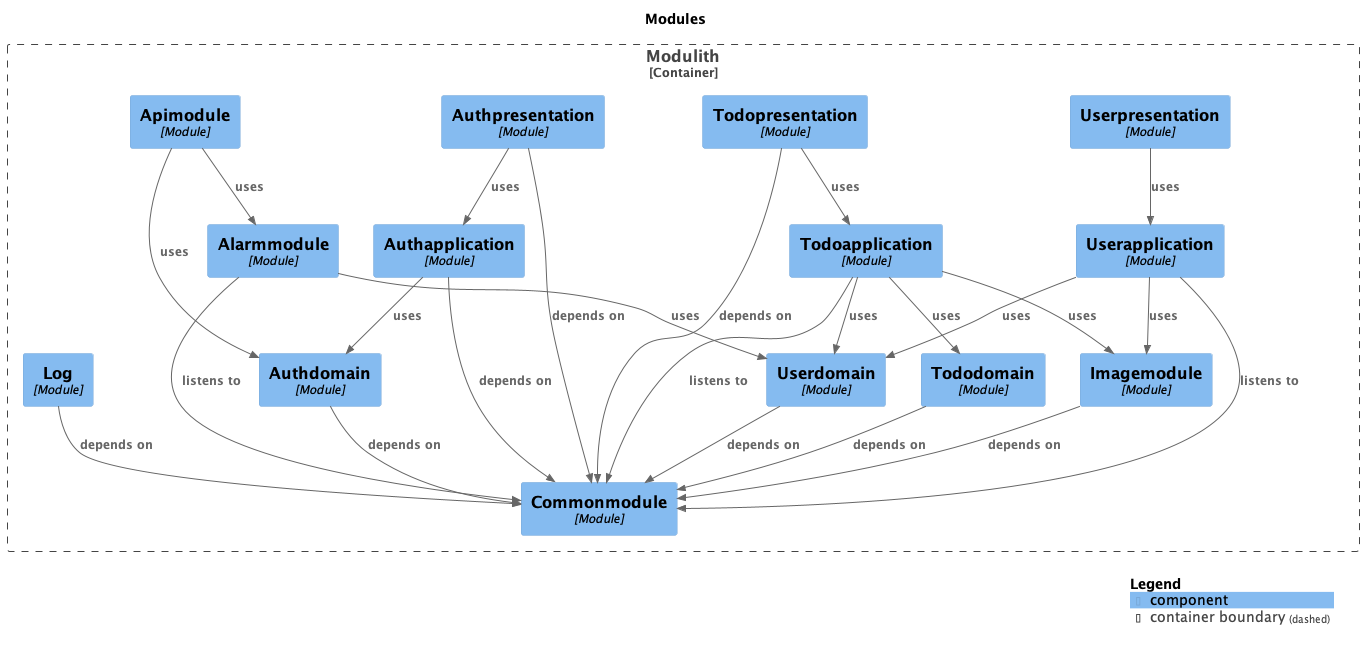
TEAM-SAMSION/Backend keeps this PlantUML diagram as .github/docs/components-Modules.png. Above is the earlier version. Its diagram source:
```plantuml
@startuml
title Modules

top to bottom direction

!include https://raw.githubusercontent.com/plantuml-stdlib/C4-PlantUML/master/C4.puml
!include https://raw.githubusercontent.com/plantuml-stdlib/C4-PlantUML/master/C4_Context.puml
!include https://raw.githubusercontent.com/plantuml-stdlib/C4-PlantUML/master/C4_Component.puml

Container_Boundary("Modulith.Modulith_boundary", "Modulith", $tags="") {
  Component(Modulith.Modulith.Authapplication, "Authapplication", "Module", "", $tags="")
  Component(Modulith.Modulith.Alarmmodule, "Alarmmodule", "Module", "", $tags="")
  Component(Modulith.Modulith.Userpresentation, "Userpresentation", "Module", "", $tags="")
  Component(Modulith.Modulith.Todopresentation, "Todopresentation", "Module", "", $tags="")
  Component(Modulith.Modulith.Authpresentation, "Authpresentation", "Module", "", $tags="")
  Component(Modulith.Modulith.Apimodule, "Apimodule", "Module", "", $tags="")
  Component(Modulith.Modulith.Log, "Log", "Module", "", $tags="")
  Component(Modulith.Modulith.Commonmodule, "Commonmodule", "Module", "", $tags="")
  Component(Modulith.Modulith.Imagemodule, "Imagemodule", "Module", "", $tags="")
  Component(Modulith.Modulith.Userdomain, "Userdomain", "Module", "", $tags="")
  Component(Modulith.Modulith.Tododomain, "Tododomain", "Module", "", $tags="")
  Component(Modulith.Modulith.Authdomain, "Authdomain", "Module", "", $tags="")
  Component(Modulith.Modulith.Userapplication, "Userapplication", "Module", "", $tags="")
  Component(Modulith.Modulith.Todoapplication, "Todoapplication", "Module", "", $tags="")
}

Rel_D(Modulith.Modulith.Imagemodule, Modulith.Modulith.Commonmodule, "depends on", $tags="")
Rel_D(Modulith.Modulith.Log, Modulith.Modulith.Commonmodule, "depends on", $tags="")
Rel_D(Modulith.Modulith.Apimodule, Modulith.Modulith.Authdomain, "uses", $tags="")
Rel_D(Modulith.Modulith.Apimodule, Modulith.Modulith.Alarmmodule, "uses", $tags="")
Rel_D(Modulith.Modulith.Todoapplication, Modulith.Modulith.Commonmodule, "listens to", $tags="")
Rel_D(Modulith.Modulith.Todoapplication, Modulith.Modulith.Tododomain, "uses", $tags="")
Rel_D(Modulith.Modulith.Todoapplication, Modulith.Modulith.Userdomain, "uses", $tags="")
Rel_D(Modulith.Modulith.Todoapplication, Modulith.Modulith.Imagemodule, "uses", $tags="")
Rel_D(Modulith.Modulith.Tododomain, Modulith.Modulith.Commonmodule, "depends on", $tags="")
Rel_D(Modulith.Modulith.Todopresentation, Modulith.Modulith.Commonmodule, "depends on", $tags="")
Rel_D(Modulith.Modulith.Todopresentation, Modulith.Modulith.Todoapplication, "uses", $tags="")
Rel_D(Modulith.Modulith.Authapplication, Modulith.Modulith.Commonmodule, "depends on", $tags="")
Rel_D(Modulith.Modulith.Authapplication, Modulith.Modulith.Authdomain, "uses", $tags="")
Rel_D(Modulith.Modulith.Userpresentation, Modulith.Modulith.Userapplication, "uses", $tags="")
Rel_D(Modulith.Modulith.Authdomain, Modulith.Modulith.Commonmodule, "depends on", $tags="")
Rel_D(Modulith.Modulith.Userapplication, Modulith.Modulith.Commonmodule, "listens to", $tags="")
Rel_D(Modulith.Modulith.Userapplication, Modulith.Modulith.Userdomain, "uses", $tags="")
Rel_D(Modulith.Modulith.Userapplication, Modulith.Modulith.Imagemodule, "uses", $tags="")
Rel_D(Modulith.Modulith.Authpresentation, Modulith.Modulith.Commonmodule, "depends on", $tags="")
Rel_D(Modulith.Modulith.Authpresentation, Modulith.Modulith.Authapplication, "uses", $tags="")
Rel_D(Modulith.Modulith.Userdomain, Modulith.Modulith.Commonmodule, "depends on", $tags="")
Rel_D(Modulith.Modulith.Alarmmodule, Modulith.Modulith.Commonmodule, "listens to", $tags="")
Rel_D(Modulith.Modulith.Alarmmodule, Modulith.Modulith.Userdomain, "uses", $tags="")

SHOW_LEGEND(true)
@enduml
```
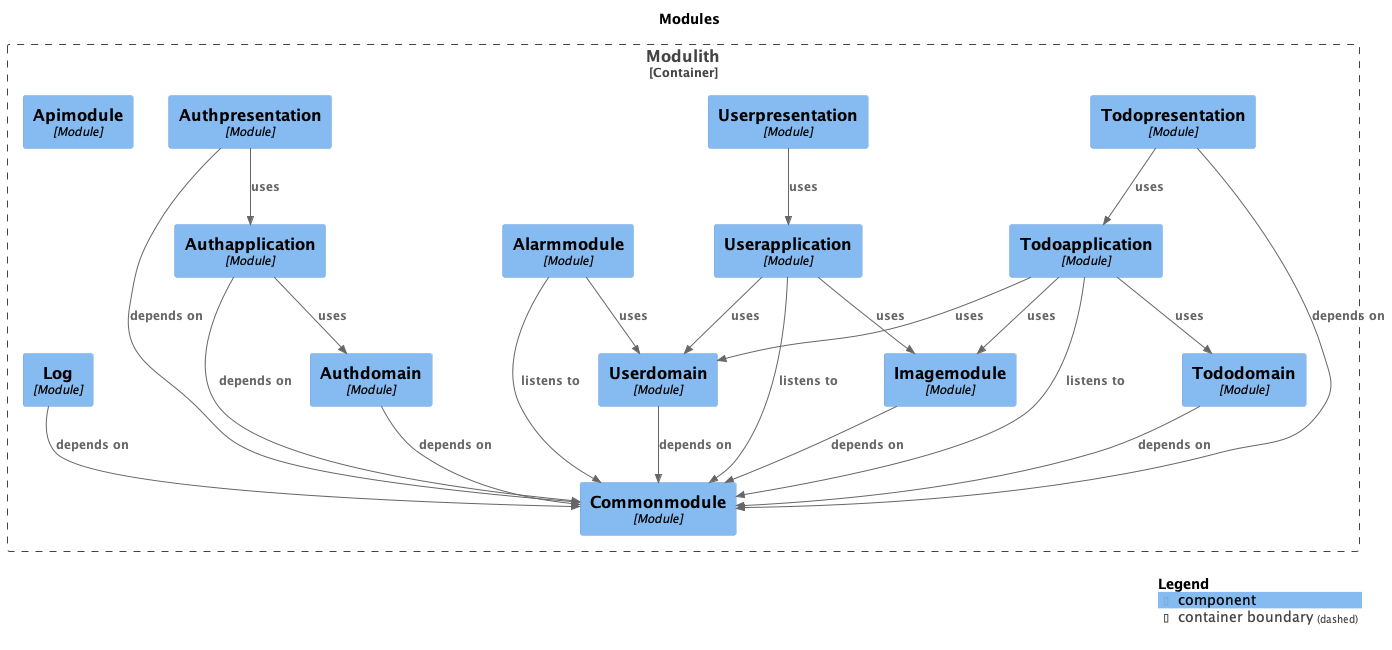
Later version of the same file.

Commit message:
PET-192 chore : api 모듈 의존성 정리 및 전체 모듈 의존성 uml 수정

Diff of the diagram source:
```diff
@@ -9,9 +9,9 @@
 
 Container_Boundary("Modulith.Modulith_boundary", "Modulith", $tags="") {
   Component(Modulith.Modulith.Authapplication, "Authapplication", "Module", "", $tags="")
-  Component(Modulith.Modulith.Alarmmodule, "Alarmmodule", "Module", "", $tags="")
   Component(Modulith.Modulith.Userpresentation, "Userpresentation", "Module", "", $tags="")
   Component(Modulith.Modulith.Todopresentation, "Todopresentation", "Module", "", $tags="")
+  Component(Modulith.Modulith.Alarmmodule, "Alarmmodule", "Module", "", $tags="")
   Component(Modulith.Modulith.Authpresentation, "Authpresentation", "Module", "", $tags="")
   Component(Modulith.Modulith.Apimodule, "Apimodule", "Module", "", $tags="")
   Component(Modulith.Modulith.Log, "Log", "Module", "", $tags="")
@@ -24,29 +24,27 @@
   Component(Modulith.Modulith.Todoapplication, "Todoapplication", "Module", "", $tags="")
 }
 
-Rel_D(Modulith.Modulith.Imagemodule, Modulith.Modulith.Commonmodule, "depends on", $tags="")
 Rel_D(Modulith.Modulith.Log, Modulith.Modulith.Commonmodule, "depends on", $tags="")
-Rel_D(Modulith.Modulith.Apimodule, Modulith.Modulith.Authdomain, "uses", $tags="")
-Rel_D(Modulith.Modulith.Apimodule, Modulith.Modulith.Alarmmodule, "uses", $tags="")
+Rel_D(Modulith.Modulith.Todopresentation, Modulith.Modulith.Commonmodule, "depends on", $tags="")
+Rel_D(Modulith.Modulith.Todopresentation, Modulith.Modulith.Todoapplication, "uses", $tags="")
+Rel_D(Modulith.Modulith.Userdomain, Modulith.Modulith.Commonmodule, "depends on", $tags="")
+Rel_D(Modulith.Modulith.Tododomain, Modulith.Modulith.Commonmodule, "depends on", $tags="")
 Rel_D(Modulith.Modulith.Todoapplication, Modulith.Modulith.Commonmodule, "listens to", $tags="")
 Rel_D(Modulith.Modulith.Todoapplication, Modulith.Modulith.Tododomain, "uses", $tags="")
 Rel_D(Modulith.Modulith.Todoapplication, Modulith.Modulith.Userdomain, "uses", $tags="")
 Rel_D(Modulith.Modulith.Todoapplication, Modulith.Modulith.Imagemodule, "uses", $tags="")
-Rel_D(Modulith.Modulith.Tododomain, Modulith.Modulith.Commonmodule, "depends on", $tags="")
-Rel_D(Modulith.Modulith.Todopresentation, Modulith.Modulith.Commonmodule, "depends on", $tags="")
-Rel_D(Modulith.Modulith.Todopresentation, Modulith.Modulith.Todoapplication, "uses", $tags="")
+Rel_D(Modulith.Modulith.Alarmmodule, Modulith.Modulith.Commonmodule, "listens to", $tags="")
+Rel_D(Modulith.Modulith.Alarmmodule, Modulith.Modulith.Userdomain, "uses", $tags="")
+Rel_D(Modulith.Modulith.Authpresentation, Modulith.Modulith.Commonmodule, "depends on", $tags="")
+Rel_D(Modulith.Modulith.Authpresentation, Modulith.Modulith.Authapplication, "uses", $tags="")
+Rel_D(Modulith.Modulith.Userapplication, Modulith.Modulith.Commonmodule, "listens to", $tags="")
+Rel_D(Modulith.Modulith.Userapplication, Modulith.Modulith.Userdomain, "uses", $tags="")
+Rel_D(Modulith.Modulith.Userapplication, Modulith.Modulith.Imagemodule, "uses", $tags="")
+Rel_D(Modulith.Modulith.Imagemodule, Modulith.Modulith.Commonmodule, "depends on", $tags="")
 Rel_D(Modulith.Modulith.Authapplication, Modulith.Modulith.Commonmodule, "depends on", $tags="")
 Rel_D(Modulith.Modulith.Authapplication, Modulith.Modulith.Authdomain, "uses", $tags="")
 Rel_D(Modulith.Modulith.Userpresentation, Modulith.Modulith.Userapplication, "uses", $tags="")
 Rel_D(Modulith.Modulith.Authdomain, Modulith.Modulith.Commonmodule, "depends on", $tags="")
-Rel_D(Modulith.Modulith.Userapplication, Modulith.Modulith.Commonmodule, "listens to", $tags="")
-Rel_D(Modulith.Modulith.Userapplication, Modulith.Modulith.Userdomain, "uses", $tags="")
-Rel_D(Modulith.Modulith.Userapplication, Modulith.Modulith.Imagemodule, "uses", $tags="")
-Rel_D(Modulith.Modulith.Authpresentation, Modulith.Modulith.Commonmodule, "depends on", $tags="")
-Rel_D(Modulith.Modulith.Authpresentation, Modulith.Modulith.Authapplication, "uses", $tags="")
-Rel_D(Modulith.Modulith.Userdomain, Modulith.Modulith.Commonmodule, "depends on", $tags="")
-Rel_D(Modulith.Modulith.Alarmmodule, Modulith.Modulith.Commonmodule, "listens to", $tags="")
-Rel_D(Modulith.Modulith.Alarmmodule, Modulith.Modulith.Userdomain, "uses", $tags="")
 
 SHOW_LEGEND(true)
 @enduml
```
